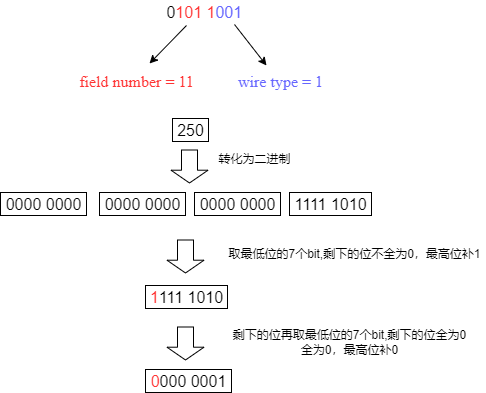
sihaibao/note keeps this draw.io diagram as protobuf/demo1.png. Above is the earlier version. Source tidied: cells renumbered, new cells last; positions are measured from the earlier drawing's top-left corner, leaving out a move shared by most shapes.
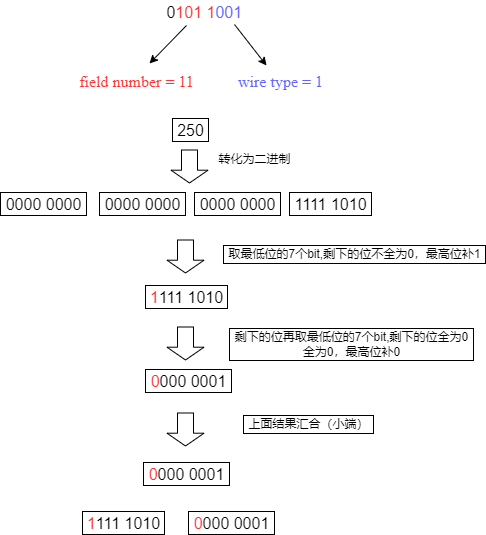
Above is the later version.

What changed in the source:
```diff
@@ -53,14 +53,14 @@
         <mxPoint x="185" y="273" as="targetPoint" />
       </mxGeometry>
     </mxCell>
-    <mxCell id="15" value="取最低位的7个bit,剩下的位不全为0，最高位补1" style="text;html=1;align=center;verticalAlign=middle;strokeColor=none;fillColor=none;" parent="1" vertex="1">
+    <mxCell id="15" value="取最低位的7个bit,剩下的位不全为0，最高位补1" style="text;html=1;align=center;verticalAlign=middle;strokeColor=default;fillColor=none;" parent="1" vertex="1">
       <mxGeometry x="223" y="245" width="262" height="18" as="geometry" />
     </mxCell>
     <mxCell id="16" value="&lt;font color=&quot;#ff3333&quot;&gt;1&lt;/font&gt;111 1010" style="text;html=1;align=center;verticalAlign=middle;strokeColor=default;fillColor=none;fontSize=16;" parent="1" vertex="1">
       <mxGeometry x="145" y="285" width="82" height="23" as="geometry" />
     </mxCell>
-    <mxCell id="17" value="剩下的位再取最低位的7个bit,剩下的位全为0&lt;br&gt;全为0，最高位补0" style="text;html=1;align=center;verticalAlign=middle;strokeColor=none;fillColor=none;" parent="1" vertex="1">
-      <mxGeometry x="227" y="326" width="244" height="32" as="geometry" />
+    <mxCell id="17" value="剩下的位再取最低位的7个bit,剩下的位全为0&lt;br&gt;全为0，最高位补0" style="text;html=1;align=center;verticalAlign=middle;strokeColor=default;fillColor=none;" parent="1" vertex="1">
+      <mxGeometry x="229" y="328" width="244" height="32" as="geometry" />
     </mxCell>
     <mxCell id="18" style="shape=flexArrow;endArrow=classic;html=1;rounded=0;width=16;endSize=3.93;" parent="1" edge="1">
       <mxGeometry relative="1" as="geometry">
@@ -71,5 +71,23 @@
     <mxCell id="19" value="&lt;font color=&quot;#ff3333&quot;&gt;0&lt;/font&gt;000 0001" style="text;html=1;align=center;verticalAlign=middle;strokeColor=default;fillColor=none;fontSize=16;" parent="1" vertex="1">
       <mxGeometry x="145" y="369" width="86" height="23" as="geometry" />
     </mxCell>
+    <mxCell id="20" style="shape=flexArrow;endArrow=classic;html=1;rounded=0;width=16;endSize=3.93;" parent="1" edge="1">
+      <mxGeometry relative="1" as="geometry">
+        <mxPoint x="185" y="412" as="sourcePoint" />
+        <mxPoint x="185" y="446" as="targetPoint" />
+      </mxGeometry>
+    </mxCell>
+    <mxCell id="21" value="&lt;font color=&quot;#ff3333&quot;&gt;0&lt;/font&gt;000 0001" style="text;html=1;align=center;verticalAlign=middle;strokeColor=default;fillColor=none;fontSize=16;" parent="1" vertex="1">
+      <mxGeometry x="143" y="462" width="86" height="23" as="geometry" />
+    </mxCell>
+    <mxCell id="22" value="上面结果汇合（小端）" style="text;html=1;align=center;verticalAlign=middle;strokeColor=default;fillColor=none;fontColor=#000000;" parent="1" vertex="1">
+      <mxGeometry x="243" y="415" width="130" height="18" as="geometry" />
+    </mxCell>
+    <mxCell id="23" value="&lt;font color=&quot;#ff3333&quot;&gt;1&lt;/font&gt;111 1010" style="text;html=1;align=center;verticalAlign=middle;strokeColor=default;fillColor=none;fontSize=16;" parent="1" vertex="1">
+      <mxGeometry x="82" y="511" width="82" height="23" as="geometry" />
+    </mxCell>
+    <mxCell id="24" value="&lt;font color=&quot;#ff3333&quot;&gt;0&lt;/font&gt;000 0001" style="text;html=1;align=center;verticalAlign=middle;strokeColor=default;fillColor=none;fontSize=16;" parent="1" vertex="1">
+      <mxGeometry x="188" y="511" width="86" height="23" as="geometry" />
+    </mxCell>
   </root>
 </mxGraphModel>
```
